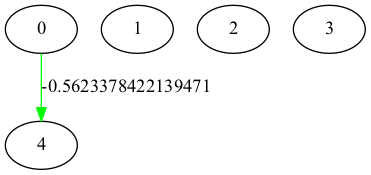
The Graphviz diagram visualizaions/Digraph.gv.png in RoshanNagaram002/NEAT, before a commit. Its source is kept beside it as visualizaions/Digraph.gv.
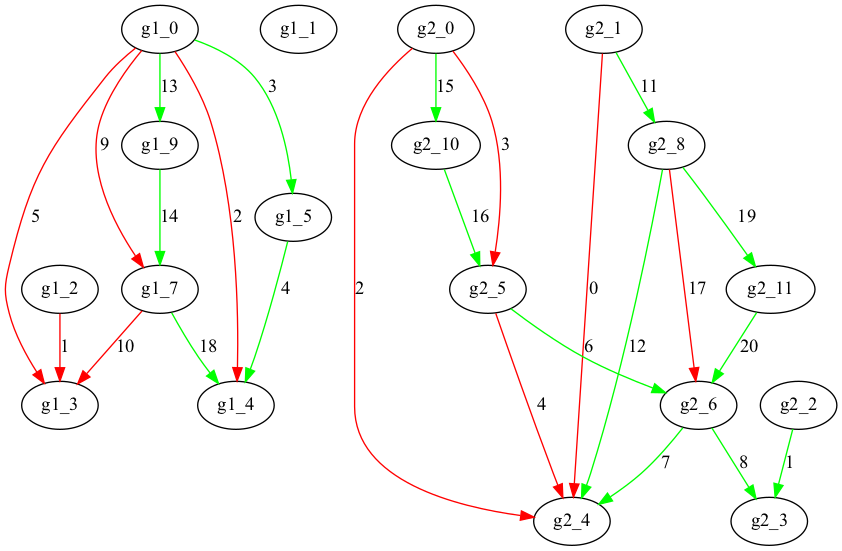
The same diagram one commit later.

Diff of the diagram source:
```diff
@@ -1,8 +1,45 @@
 digraph {
-	0 [label=0]
-	1 [label=1]
-	2 [label=2]
-	3 [label=3]
-	4 [label=4]
-	0 -> 4 [label=-0.5623378422139471 color=green]
+	g1_0 [label=g1_0]
+	g1_1 [label=g1_1]
+	g1_2 [label=g1_2]
+	g1_3 [label=g1_3]
+	g1_4 [label=g1_4]
+	g1_7 [label=g1_7]
+	g1_9 [label=g1_9]
+	g1_5 [label=g1_5]
+	g1_2 -> g1_3 [label=1 color=red]
+	g1_0 -> g1_4 [label=2 color=red]
+	g1_0 -> g1_5 [label=3 color=green]
+	g1_5 -> g1_4 [label=4 color=green]
+	g1_0 -> g1_3 [label=5 color=red]
+	g1_0 -> g1_7 [label=9 color=red]
+	g1_7 -> g1_3 [label=10 color=red]
+	g1_0 -> g1_9 [label=13 color=green]
+	g1_9 -> g1_7 [label=14 color=green]
+	g1_7 -> g1_4 [label=18 color=green]
+	g2_0 [label=g2_0]
+	g2_1 [label=g2_1]
+	g2_2 [label=g2_2]
+	g2_3 [label=g2_3]
+	g2_4 [label=g2_4]
+	g2_5 [label=g2_5]
+	g2_6 [label=g2_6]
+	g2_8 [label=g2_8]
+	g2_10 [label=g2_10]
+	g2_11 [label=g2_11]
+	g2_1 -> g2_4 [label=0 color=red]
+	g2_2 -> g2_3 [label=1 color=green]
+	g2_0 -> g2_4 [label=2 color=red]
+	g2_0 -> g2_5 [label=3 color=red]
+	g2_5 -> g2_4 [label=4 color=red]
+	g2_5 -> g2_6 [label=6 color=green]
+	g2_6 -> g2_4 [label=7 color=green]
+	g2_6 -> g2_3 [label=8 color=green]
+	g2_1 -> g2_8 [label=11 color=green]
+	g2_8 -> g2_4 [label=12 color=green]
+	g2_0 -> g2_10 [label=15 color=green]
+	g2_10 -> g2_5 [label=16 color=green]
+	g2_8 -> g2_6 [label=17 color=red]
+	g2_8 -> g2_11 [label=19 color=green]
+	g2_11 -> g2_6 [label=20 color=green]
 }
```
